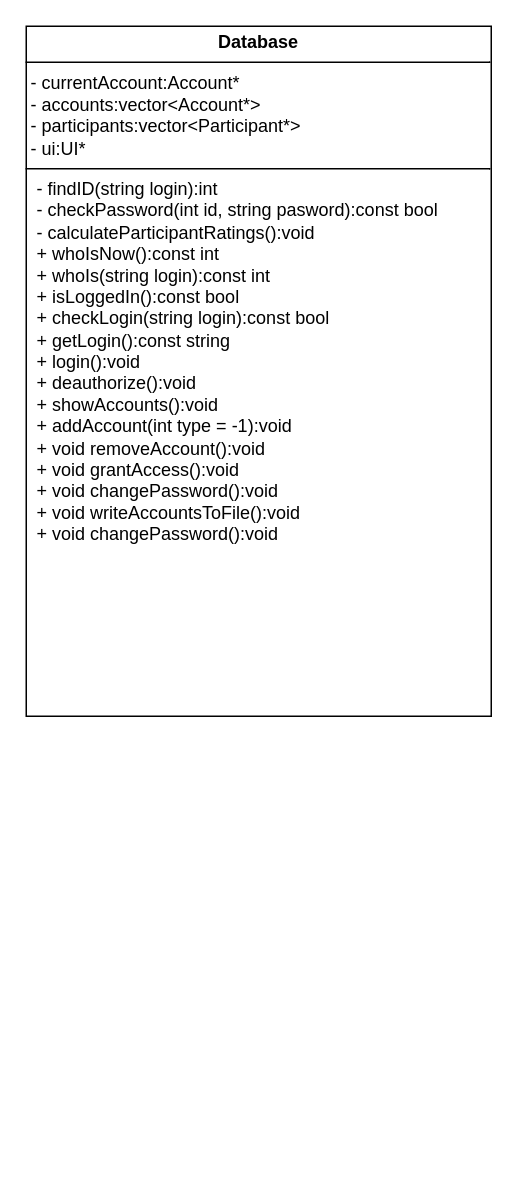
Above: classes.drawio in ThomasCharester/KursuchBeautyCompetition (draw.io), before the change. Source tidied: cells renumbered, new cells numbered last; positions are measured from the earlier drawing's top-left corner, leaving out a move shared by most shapes. Both pictures are drawn from the tidied source at 150%, with x=0, y=0 at pixel (26, 26).
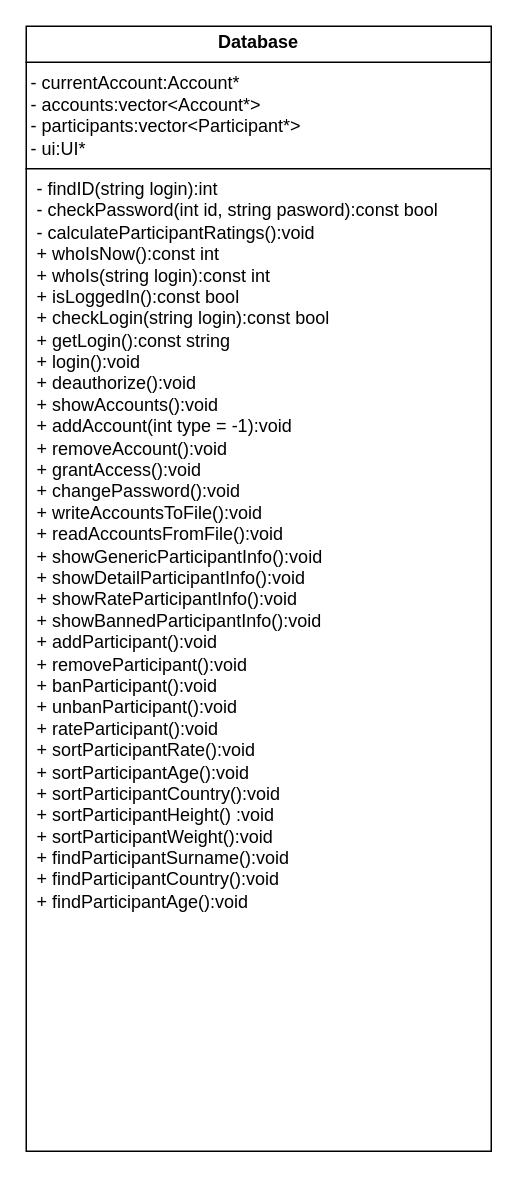
Above is the later version.

Diff of the diagram source:
```diff
@@
 <mxGraphModel>
   <root>
     <mxCell id="0" />
     <mxCell id="1" parent="0" />
-    <mxCell id="2" value="&lt;p style=&quot;margin:0px;margin-top:4px;text-align:center;&quot;&gt;&lt;b&gt;Database&lt;/b&gt;&lt;/p&gt;&lt;hr size=&quot;1&quot; style=&quot;border-style:solid;&quot;&gt;&lt;div&gt;&amp;nbsp;- currentAccount:Account*&lt;/div&gt;&lt;div&gt;&amp;nbsp;- accounts:vector&amp;lt;Account*&amp;gt;&lt;/div&gt;&lt;div&gt;&amp;nbsp;- participants:vector&amp;lt;Participant*&amp;gt;&lt;/div&gt;&lt;div&gt;&amp;nbsp;- ui:UI*&lt;/div&gt;&lt;hr size=&quot;1&quot; style=&quot;border-style:solid;&quot;&gt;&lt;p style=&quot;margin:0px;margin-left:4px;&quot;&gt;&amp;nbsp;- findID(string login):int&lt;/p&gt;&lt;p style=&quot;margin:0px;margin-left:4px;&quot;&gt;&amp;nbsp;- checkPassword(int id, string pasword):const bool&lt;/p&gt;&lt;p style=&quot;margin:0px;margin-left:4px;&quot;&gt;&amp;nbsp;- calculateParticipantRatings():void&lt;/p&gt;&lt;p style=&quot;margin:0px;margin-left:4px;&quot;&gt;&amp;nbsp;+ whoIsNow():const int&lt;/p&gt;&lt;p style=&quot;margin:0px;margin-left:4px;&quot;&gt;&amp;nbsp;+ whoIs(string login):const int&lt;br&gt;&lt;/p&gt;&lt;p style=&quot;margin:0px;margin-left:4px;&quot;&gt;&amp;nbsp;+ isLoggedIn():const bool&lt;/p&gt;&lt;p style=&quot;margin:0px;margin-left:4px;&quot;&gt;&amp;nbsp;+ checkLogin(string login):const bool&lt;/p&gt;&lt;p style=&quot;margin:0px;margin-left:4px;&quot;&gt;&amp;nbsp;+ getLogin():const string&lt;/p&gt;&lt;p style=&quot;margin:0px;margin-left:4px;&quot;&gt;&amp;nbsp;+ login():void&lt;/p&gt;&lt;p style=&quot;margin:0px;margin-left:4px;&quot;&gt;&amp;nbsp;+ deauthorize():void&lt;br&gt;&amp;nbsp;+ showAccounts():void&lt;br&gt;&amp;nbsp;+ addAccount(int type = -1):void&lt;br&gt;&amp;nbsp;+ void removeAccount():void&lt;br&gt;&amp;nbsp;+ void grantAccess():void&lt;br&gt;&amp;nbsp;+ void changePassword():void&lt;br&gt;&amp;nbsp;+ void writeAccountsToFile():void&lt;br&gt;&amp;nbsp;+ void changePassword():void&lt;/p&gt;" style="verticalAlign=top;align=left;overflow=fill;html=1;whiteSpace=wrap;" parent="1" vertex="1">
-      <mxGeometry width="310" height="460" as="geometry" />
+    <mxCell id="2" value="&lt;p style=&quot;margin:0px;margin-top:4px;text-align:center;&quot;&gt;&lt;b&gt;Database&lt;/b&gt;&lt;/p&gt;&lt;hr size=&quot;1&quot; style=&quot;border-style:solid;&quot;&gt;&lt;div&gt;&amp;nbsp;- currentAccount:Account*&lt;/div&gt;&lt;div&gt;&amp;nbsp;- accounts:vector&amp;lt;Account*&amp;gt;&lt;/div&gt;&lt;div&gt;&amp;nbsp;- participants:vector&amp;lt;Participant*&amp;gt;&lt;/div&gt;&lt;div&gt;&amp;nbsp;- ui:UI*&lt;/div&gt;&lt;hr size=&quot;1&quot; style=&quot;border-style:solid;&quot;&gt;&lt;p style=&quot;margin:0px;margin-left:4px;&quot;&gt;&amp;nbsp;- findID(string login):int&lt;/p&gt;&lt;p style=&quot;margin:0px;margin-left:4px;&quot;&gt;&amp;nbsp;- checkPassword(int id, string pasword):const bool&lt;/p&gt;&lt;p style=&quot;margin:0px;margin-left:4px;&quot;&gt;&amp;nbsp;- calculateParticipantRatings():void&lt;/p&gt;&lt;p style=&quot;margin:0px;margin-left:4px;&quot;&gt;&amp;nbsp;+ whoIsNow():const int&lt;/p&gt;&lt;p style=&quot;margin:0px;margin-left:4px;&quot;&gt;&amp;nbsp;+ whoIs(string login):const int&lt;br&gt;&lt;/p&gt;&lt;p style=&quot;margin:0px;margin-left:4px;&quot;&gt;&amp;nbsp;+ isLoggedIn():const bool&lt;/p&gt;&lt;p style=&quot;margin:0px;margin-left:4px;&quot;&gt;&amp;nbsp;+ checkLogin(string login):const bool&lt;/p&gt;&lt;p style=&quot;margin:0px;margin-left:4px;&quot;&gt;&amp;nbsp;+ getLogin():const string&lt;/p&gt;&lt;p style=&quot;margin:0px;margin-left:4px;&quot;&gt;&amp;nbsp;+ login():void&lt;/p&gt;&lt;p style=&quot;margin:0px;margin-left:4px;&quot;&gt;&amp;nbsp;+ deauthorize():void&lt;br&gt;&amp;nbsp;+ showAccounts():void&lt;br&gt;&amp;nbsp;+ addAccount(int type = -1):void&lt;br&gt;&amp;nbsp;+  removeAccount():void&lt;br&gt;&amp;nbsp;+ grantAccess():void&lt;br&gt;&amp;nbsp;+ changePassword():void&lt;br&gt;&amp;nbsp;+ writeAccountsToFile():void&lt;br&gt;&amp;nbsp;+ readAccountsFromFile():void&lt;br&gt;&amp;nbsp;+ showGenericParticipantInfo():void&lt;br&gt;&amp;nbsp;+ showDetailParticipantInfo():void&lt;br&gt;&amp;nbsp;+ showRateParticipantInfo():void&lt;br&gt;&amp;nbsp;+ showBannedParticipantInfo():void&lt;br&gt;&amp;nbsp;+ addParticipant():void&lt;br&gt;&amp;nbsp;+ removeParticipant():void&lt;br&gt;&amp;nbsp;+ banParticipant():void&lt;br&gt;&amp;nbsp;+ unbanParticipant():void&lt;br&gt;&amp;nbsp;+ rateParticipant():void&lt;br&gt;&amp;nbsp;+ sortParticipantRate():void&lt;br&gt;&amp;nbsp;+ sortParticipantAge():void&lt;br&gt;&amp;nbsp;+ sortParticipantCountry():void&lt;br&gt;&amp;nbsp;+ sortParticipantHeight() :void&lt;br&gt;&amp;nbsp;+ sortParticipantWeight():void&lt;br&gt;&amp;nbsp;+ findParticipantSurname():void&lt;br&gt;&amp;nbsp;+ findParticipantCountry():void&lt;br&gt;&amp;nbsp;+ findParticipantAge():void&lt;/p&gt;" style="verticalAlign=top;align=left;overflow=fill;html=1;whiteSpace=wrap;" parent="1" vertex="1">
+      <mxGeometry width="310" height="750" as="geometry" />
     </mxCell>
   </root>
 </mxGraphModel>
```
